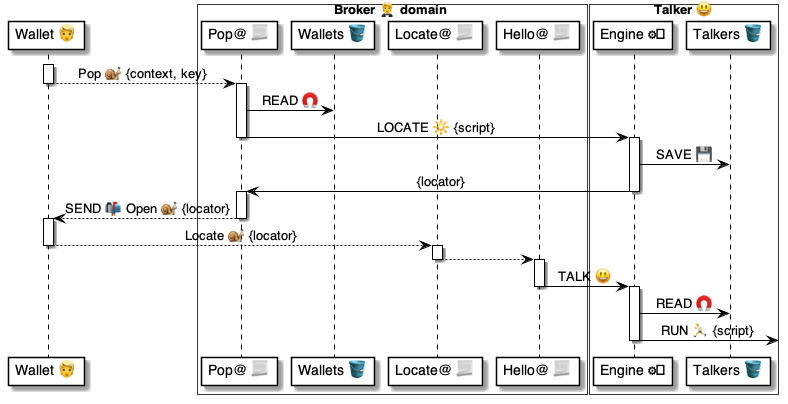
This is 4 ⚙️ Solution/20 🧑‍🦰 UI/Brokers 🤵/🤵🅰️ Broker methods/Wallets 🧑‍🦰 Pop 🧑‍🦰🐌🤵/🤵 Pop ⚙️ uml.png from pollyweb-org/pollyweb-docs, a PlantUML export, as it was before one commit. Its source is kept beside it as 4 ⚙️ Solution/20 🧑‍🦰 UI/Brokers 🤵/🤵🅰️ Broker methods/Wallets 🧑‍🦰 Pop 🧑‍🦰🐌🤵/🤵 Pop ⚙️ uml.puml.
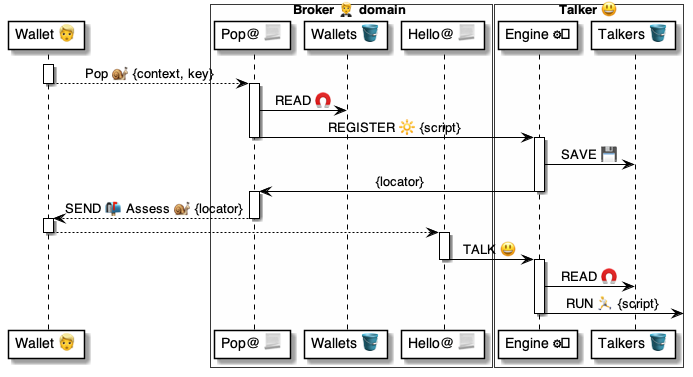
Above is the later version.

What changed in the source:
```diff
@@ -5,7 +5,6 @@
 box Broker 🤵 domain #FFFFFA
     participant "Pop@ 📃" as pop
     participant "Wallets 🪣" as wallets
-    participant "Locate@ 📃" as assess
     participant "Hello@ 📃" as introduced
 end box
 
@@ -30,16 +29,15 @@
 deactivate engine
 
 activate pop
-    pop --> wallet: SEND 📬 Open 🐌 {locator}
+    pop --> wallet: SEND 📬 Assess 🐌 {locator}
 deactivate pop
 
+
+
+
 activate wallet
-    wallet --> assess: Locate 🐌 {locator}
+    wallet --> introduced:
 deactivate wallet
-
-activate assess
-    assess --> introduced:
-deactivate assess
 
 activate introduced
     introduced -> engine: TALK 😃
```
